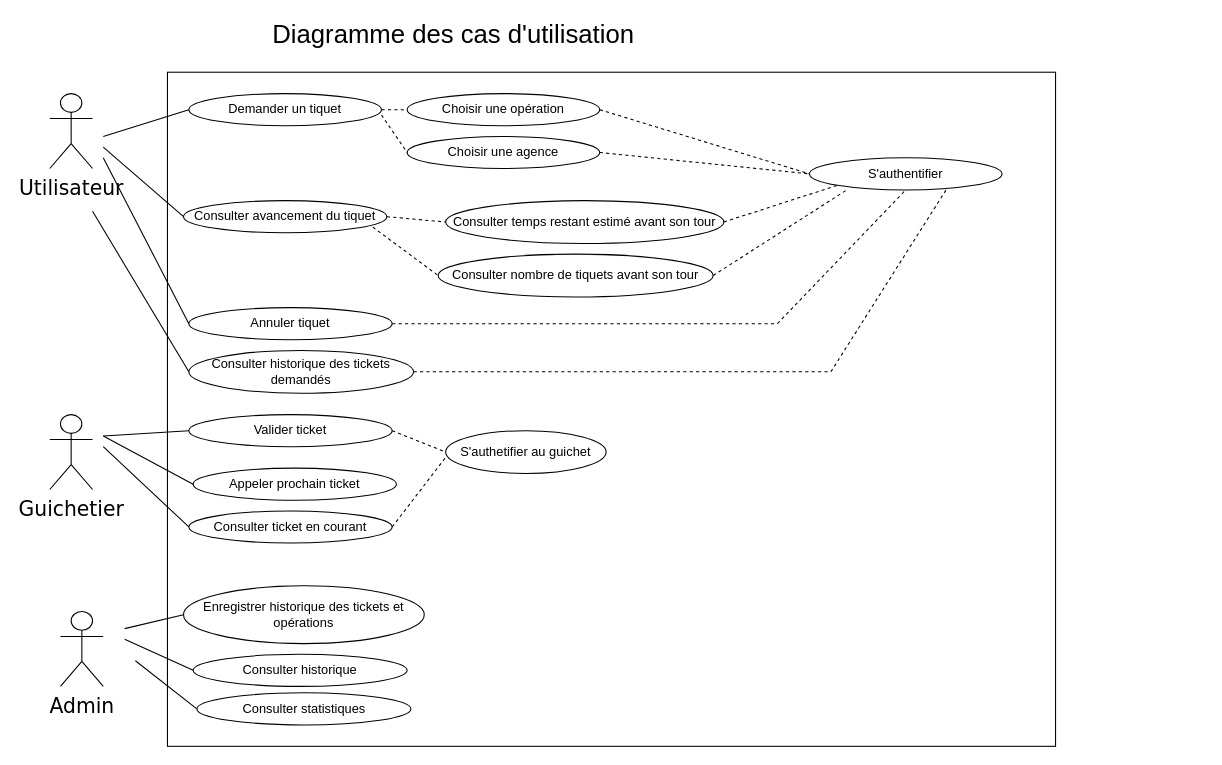
The draw.io diagram page "UseCase" (1 of 7) of diagrams/Diagramme.drawio in rryyyymmmmmmmm/e-tickets_takaoudi, before the edit. Source tidied: cells renumbered, new cells numbered last; positions are measured from the earlier drawing's top-left corner, leaving out a move shared by most shapes. Both pictures are drawn from the tidied source at 107%, with x=0, y=0 at pixel (49, 18).
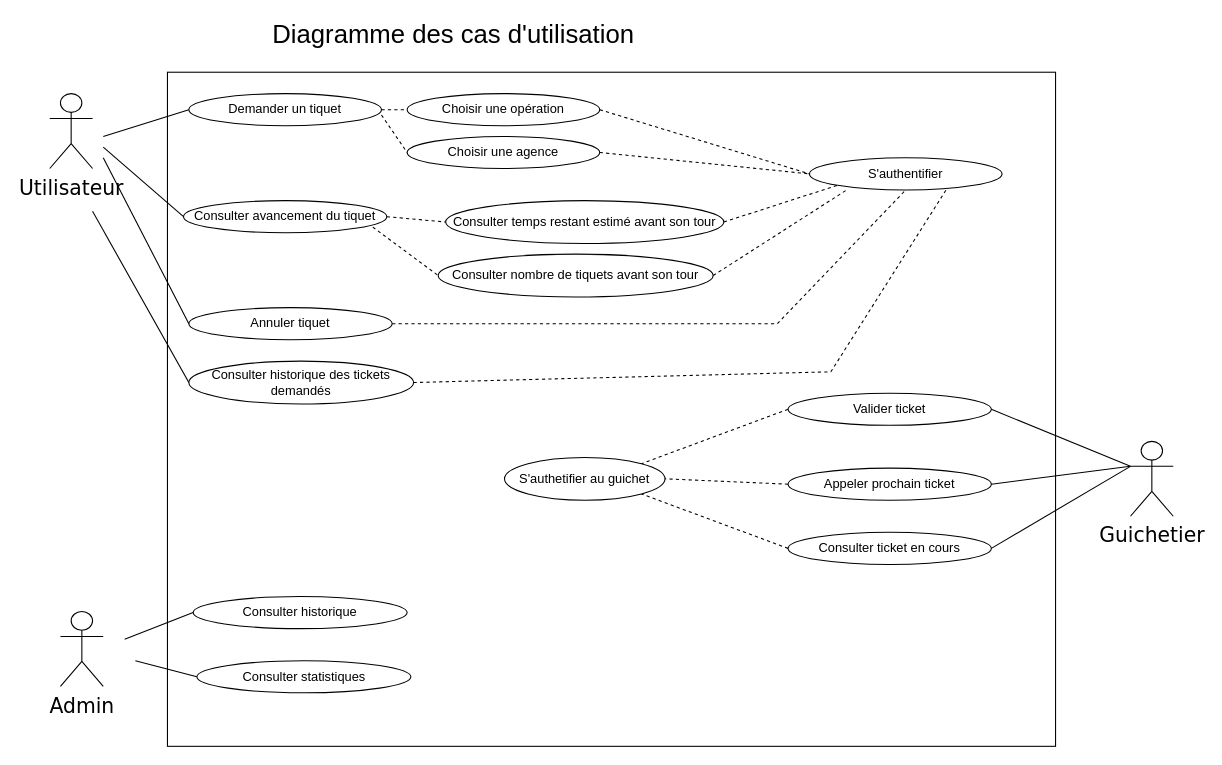
The same diagram, later.

Diff of the diagram source:
```diff
@@
     <mxCell id="4" value="Guichetier" style="shape=umlActor;verticalLabelPosition=bottom;verticalAlign=top;html=1;outlineConnect=0;fontFamily=Verdana;fontSize=19;" parent="1" vertex="1">
-      <mxGeometry y="370" width="40" height="70" as="geometry" />
+      <mxGeometry x="1010" y="395" width="40" height="70" as="geometry" />
     </mxCell>
@@
     <mxCell id="19" value="Valider ticket" style="ellipse;whiteSpace=wrap;html=1;" parent="1" vertex="1">
-      <mxGeometry x="130" y="370" width="190" height="30" as="geometry" />
+      <mxGeometry x="690" y="350" width="190" height="30" as="geometry" />
     </mxCell>
-    <mxCell id="20" value="Consulter ticket en courant" style="ellipse;whiteSpace=wrap;html=1;" parent="1" vertex="1">
-      <mxGeometry x="130" y="460" width="190" height="30" as="geometry" />
+    <mxCell id="20" value="Consulter ticket en cours" style="ellipse;whiteSpace=wrap;html=1;" parent="1" vertex="1">
+      <mxGeometry x="690" y="480" width="190" height="30" as="geometry" />
     </mxCell>
-    <mxCell id="21" style="endArrow=none;html=1;rounded=0;entryX=0;entryY=0.5;entryDx=0;entryDy=0;" parent="1" edge="1" target="19">
-      <mxGeometry relative="1" as="geometry">
-        <mxPoint x="50" y="390" as="sourcePoint" />
-      </mxGeometry>
-    </mxCell>
-    <mxCell id="22" style="endArrow=none;html=1;rounded=0;entryX=0;entryY=0.5;entryDx=0;entryDy=0;" parent="1" edge="1" target="20">
-      <mxGeometry relative="1" as="geometry">
-        <mxPoint x="50" y="400" as="sourcePoint" />
-      </mxGeometry>
+    <mxCell id="22" style="endArrow=none;html=1;rounded=0;entryX=1;entryY=0.5;entryDx=0;entryDy=0;exitX=0;exitY=0.3333333333333333;exitDx=0;exitDy=0;exitPerimeter=0;" parent="1" edge="1" source="4" target="20">
+      <mxGeometry relative="1" as="geometry" />
     </mxCell>
@@
-    <mxCell id="24" value="Enregistrer historique des tickets et opérations" style="ellipse;whiteSpace=wrap;html=1;" parent="1" vertex="1">
-      <mxGeometry x="125" y="530" width="225" height="54" as="geometry" />
-    </mxCell>
     <mxCell id="25" value="Consulter historique" style="ellipse;whiteSpace=wrap;html=1;" parent="1" vertex="1">
-      <mxGeometry x="134" y="594" width="200" height="30" as="geometry" />
+      <mxGeometry x="134" y="540" width="200" height="30" as="geometry" />
     </mxCell>
     <mxCell id="26" value="Consulter statistiques" style="ellipse;whiteSpace=wrap;html=1;" parent="1" vertex="1">
-      <mxGeometry x="137.5" y="630" width="200" height="30" as="geometry" />
+      <mxGeometry x="137.5" y="600" width="200" height="30" as="geometry" />
     </mxCell>
-    <mxCell id="27" style="endArrow=none;html=1;rounded=0;entryX=0;entryY=0.5;entryDx=0;entryDy=0;" parent="1" edge="1" target="24">
-      <mxGeometry relative="1" as="geometry">
-        <mxPoint x="70" y="570" as="sourcePoint" />
-      </mxGeometry>
-    </mxCell>
@@
-    <mxCell id="31" value="S'authetifier au guichet" style="ellipse;whiteSpace=wrap;html=1;" parent="1" vertex="1">
-      <mxGeometry x="370" y="385" width="150" height="40" as="geometry" />
-    </mxCell>
-    <mxCell id="32" style="endArrow=none;dashed=1;html=1;rounded=0;exitX=1;exitY=0.5;exitDx=0;exitDy=0;entryX=0;entryY=0.5;entryDx=0;entryDy=0;" parent="1" edge="1" source="19" target="31">
+    <mxCell id="32" style="endArrow=none;dashed=1;html=1;rounded=0;exitX=0;exitY=0.5;exitDx=0;exitDy=0;entryX=1;entryY=0;entryDx=0;entryDy=0;" parent="1" edge="1" source="19" target="31">
       <mxGeometry relative="1" as="geometry" />
     </mxCell>
-    <mxCell id="33" style="endArrow=none;dashed=1;html=1;rounded=0;exitX=1;exitY=0.5;exitDx=0;exitDy=0;" parent="1" edge="1" source="20">
-      <mxGeometry relative="1" as="geometry">
-        <mxPoint x="370" y="410" as="targetPoint" />
-      </mxGeometry>
+    <mxCell id="33" style="endArrow=none;dashed=1;html=1;rounded=0;exitX=1;exitY=0.5;exitDx=0;exitDy=0;entryX=1;entryY=0;entryDx=0;entryDy=0;" parent="1" edge="1" source="31" target="31">
+      <mxGeometry relative="1" as="geometry" />
     </mxCell>
@@
     <mxCell id="39" value="Consulter historique des tickets demandés" style="ellipse;whiteSpace=wrap;html=1;" parent="1" vertex="1">
-      <mxGeometry x="130" y="310" width="210" height="40" as="geometry" />
+      <mxGeometry x="130" y="320" width="210" height="40" as="geometry" />
     </mxCell>
@@
     <mxCell id="42" value="Appeler prochain ticket" style="ellipse;whiteSpace=wrap;html=1;" parent="1" vertex="1">
-      <mxGeometry x="134" y="420" width="190" height="30" as="geometry" />
+      <mxGeometry x="690" y="420" width="190" height="30" as="geometry" />
     </mxCell>
-    <mxCell id="43" style="endArrow=none;html=1;rounded=0;exitX=0;exitY=0.5;exitDx=0;exitDy=0;" parent="1" edge="1" source="42">
-      <mxGeometry relative="1" as="geometry">
-        <mxPoint x="50" y="390" as="targetPoint" />
-      </mxGeometry>
+    <mxCell id="43" style="endArrow=none;html=1;rounded=0;exitX=1;exitY=0.5;exitDx=0;exitDy=0;entryX=0;entryY=0.3333333333333333;entryDx=0;entryDy=0;entryPerimeter=0;" parent="1" edge="1" source="42" target="4">
+      <mxGeometry relative="1" as="geometry" />
     </mxCell>
@@
+    <mxCell id="45" style="endArrow=none;dashed=1;html=1;rounded=0;exitX=0;exitY=0.5;exitDx=0;exitDy=0;entryX=1;entryY=1;entryDx=0;entryDy=0;" parent="1" edge="1" source="20" target="31">
+      <mxGeometry relative="1" as="geometry" />
+    </mxCell>
+    <mxCell id="31" value="S'authetifier au guichet" style="ellipse;whiteSpace=wrap;html=1;" parent="1" vertex="1">
+      <mxGeometry x="425" y="410" width="150" height="40" as="geometry" />
+    </mxCell>
+    <mxCell id="46" style="endArrow=none;html=1;rounded=0;entryX=0;entryY=0.3333333333333333;entryDx=0;entryDy=0;entryPerimeter=0;exitX=1;exitY=0.5;exitDx=0;exitDy=0;" parent="1" edge="1" source="19" target="4">
+      <mxGeometry relative="1" as="geometry" />
+    </mxCell>
+    <mxCell id="47" style="endArrow=none;dashed=1;html=1;rounded=0;exitX=0;exitY=0.5;exitDx=0;exitDy=0;entryX=1;entryY=0.5;entryDx=0;entryDy=0;" parent="1" edge="1" source="42" target="31">
+      <mxGeometry relative="1" as="geometry" />
+    </mxCell>
```
